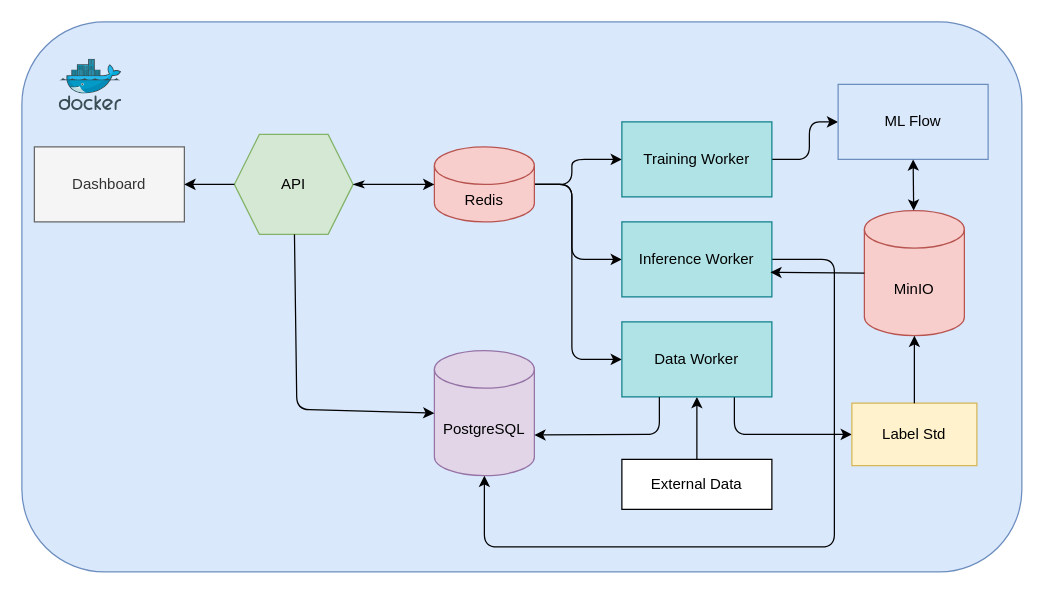
This is diagrams/mini.drawio from kkshaolin/Seafood, a draw.io file, before an edit. Source tidied: cells renumbered, new cells numbered last; positions are measured from the earlier drawing's top-left corner, leaving out a move shared by most shapes. Both pictures are drawn from the tidied source at 125%, with x=0, y=0 at pixel (21, 21).
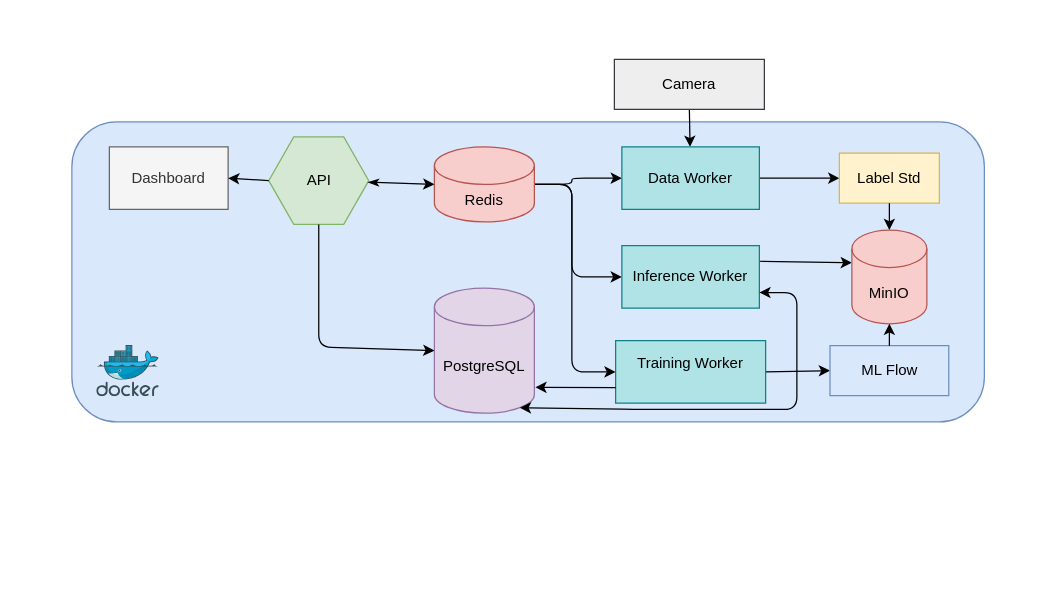
Above is the later version.

Unchanged cells that the change refers to:
```xml
<mxCell id="8" value="Redis" style="shape=cylinder3;whiteSpace=wrap;html=1;boundedLbl=1;backgroundOutline=1;size=15;fillColor=#f8cecc;strokeColor=#b85450;" parent="1" vertex="1">
  <mxGeometry x="330" y="100" width="80" height="60" as="geometry" />
</mxCell>
```

What changed in the source:
```diff
@@
     <mxCell id="2" style="rounded=1;whiteSpace=wrap;html=1;fillColor=#dae8fc;strokeColor=#6c8ebf;" parent="1" vertex="1">
-      <mxGeometry width="800" height="440" as="geometry" />
+      <mxGeometry x="40" y="80" width="730" height="240" as="geometry" />
     </mxCell>
     <mxCell id="3" value="Dashboard" style="rounded=0;whiteSpace=wrap;html=1;fillColor=#f5f5f5;fontColor=#333333;strokeColor=#666666;" parent="1" vertex="1">
-      <mxGeometry x="10" y="100" width="120" height="60" as="geometry" />
+      <mxGeometry x="70" y="100" width="95" height="50" as="geometry" />
     </mxCell>
     <mxCell id="4" value="API" style="shape=hexagon;perimeter=hexagonPerimeter2;whiteSpace=wrap;html=1;fixedSize=1;fillColor=#d5e8d4;strokeColor=#82b366;" parent="1" vertex="1">
-      <mxGeometry x="170" y="90" width="95" height="80" as="geometry" />
+      <mxGeometry x="197.5" y="92" width="80" height="70" as="geometry" />
     </mxCell>
     <mxCell id="5" style="edgeStyle=none;html=1;entryX=0;entryY=0.5;entryDx=0;entryDy=0;" parent="1" edge="1" source="8" target="14">
       <mxGeometry relative="1" as="geometry">
         <Array as="points">
           <mxPoint x="440" y="130" />
-          <mxPoint x="440" y="110" />
+          <mxPoint x="440" y="125" />
         </Array>
       </mxGeometry>
     </mxCell>
     <mxCell id="6" style="edgeStyle=none;html=1;entryX=0;entryY=0.5;entryDx=0;entryDy=0;" parent="1" edge="1" source="8" target="18">
       <mxGeometry relative="1" as="geometry">
         <Array as="points">
           <mxPoint x="440" y="130" />
-          <mxPoint x="440" y="190" />
+          <mxPoint x="440" y="204" />
         </Array>
       </mxGeometry>
     </mxCell>
     <mxCell id="7" style="edgeStyle=none;html=1;exitX=1;exitY=0.5;exitDx=0;exitDy=0;exitPerimeter=0;entryX=0;entryY=0.5;entryDx=0;entryDy=0;" parent="1" edge="1" source="8" target="16">
       <mxGeometry relative="1" as="geometry">
         <Array as="points">
           <mxPoint x="440" y="130" />
-          <mxPoint x="440" y="270" />
+          <mxPoint x="440" y="280" />
         </Array>
       </mxGeometry>
     </mxCell>
@@
-    <mxCell id="9" style="edgeStyle=none;html=1;entryX=0.5;entryY=1;entryDx=0;entryDy=0;exitX=0.5;exitY=0;exitDx=0;exitDy=0;" parent="1" edge="1" source="10" target="16">
-      <mxGeometry relative="1" as="geometry" />
-    </mxCell>
+    <mxCell id="29" style="edgeStyle=none;html=1;exitX=0.5;exitY=1;exitDx=0;exitDy=0;" parent="1" edge="1" source="10" target="14">
+      <mxGeometry relative="1" as="geometry" />
+    </mxCell>
-    <mxCell id="10" value="External Data" style="rounded=0;whiteSpace=wrap;html=1;" parent="1" vertex="1">
-      <mxGeometry x="480" y="350" width="120" height="40" as="geometry" />
+    <mxCell id="10" value="Camera" style="rounded=0;whiteSpace=wrap;html=1;fillColor=#eeeeee;strokeColor=#36393d;" parent="1" vertex="1">
+      <mxGeometry x="474" y="30" width="120" height="40" as="geometry" />
     </mxCell>
     <mxCell id="11" value="PostgreSQL" style="shape=cylinder3;whiteSpace=wrap;html=1;boundedLbl=1;backgroundOutline=1;size=15;fillColor=#e1d5e7;strokeColor=#9673a6;" parent="1" vertex="1">
-      <mxGeometry x="330" y="263" width="80" height="100" as="geometry" />
+      <mxGeometry x="330" y="213" width="80" height="100" as="geometry" />
     </mxCell>
+    <mxCell id="27" style="edgeStyle=none;html=1;entryX=1;entryY=0.25;entryDx=0;entryDy=0;exitX=0;exitY=0;exitDx=0;exitDy=26.25;exitPerimeter=0;startArrow=classic;startFill=1;endArrow=none;endFill=0;" parent="1" edge="1" source="12" target="18">
+      <mxGeometry relative="1" as="geometry" />
+    </mxCell>
     <mxCell id="12" value="MinIO" style="shape=cylinder3;whiteSpace=wrap;html=1;boundedLbl=1;backgroundOutline=1;size=15;fillColor=#f8cecc;strokeColor=#b85450;" parent="1" vertex="1">
-      <mxGeometry x="674" y="151" width="80" height="100" as="geometry" />
+      <mxGeometry x="664" y="166.5" width="60" height="75" as="geometry" />
     </mxCell>
-    <mxCell id="13" style="edgeStyle=none;html=1;entryX=0;entryY=0.5;entryDx=0;entryDy=0;" parent="1" edge="1" source="14" target="21">
-      <mxGeometry relative="1" as="geometry">
-        <Array as="points">
-          <mxPoint x="630" y="110" />
-          <mxPoint x="630" y="80" />
-        </Array>
-      </mxGeometry>
-    </mxCell>
+    <mxCell id="30" style="edgeStyle=none;html=1;exitX=1;exitY=0.5;exitDx=0;exitDy=0;entryX=0;entryY=0.5;entryDx=0;entryDy=0;" parent="1" edge="1" source="14" target="22">
+      <mxGeometry relative="1" as="geometry" />
+    </mxCell>
-    <mxCell id="14" value="&lt;span style=&quot;color: rgb(0, 0, 0); font-family: Helvetica; font-size: 12px; font-style: normal; font-variant-ligatures: normal; font-variant-caps: normal; font-weight: 400; letter-spacing: normal; orphans: 2; text-align: center; text-indent: 0px; text-transform: none; widows: 2; word-spacing: 0px; -webkit-text-stroke-width: 0px; white-space: normal; text-decoration-thickness: initial; text-decoration-style: initial; text-decoration-color: initial; float: none; display: inline !important;&quot;&gt;Training Worker&lt;/span&gt;" style="rounded=0;whiteSpace=wrap;html=1;fillColor=#b0e3e6;strokeColor=#0e8088;gradientColor=none;" parent="1" vertex="1">
-      <mxGeometry x="480" y="80" width="120" height="60" as="geometry" />
+    <mxCell id="14" value="&lt;div&gt;&lt;span style=&quot;color: rgb(0, 0, 0); font-family: Helvetica; font-size: 12px; font-style: normal; font-variant-ligatures: normal; font-variant-caps: normal; font-weight: 400; letter-spacing: normal; orphans: 2; text-align: center; text-indent: 0px; text-transform: none; widows: 2; word-spacing: 0px; -webkit-text-stroke-width: 0px; white-space: normal; text-decoration-thickness: initial; text-decoration-style: initial; text-decoration-color: initial; float: none; display: inline !important;&quot;&gt;&lt;span style=&quot;color: rgb(0, 0, 0);&quot;&gt;Data Worker&lt;/span&gt;&lt;/span&gt;&lt;/div&gt;" style="rounded=0;whiteSpace=wrap;html=1;fillColor=#b0e3e6;strokeColor=#0e8088;gradientColor=none;" parent="1" vertex="1">
+      <mxGeometry x="480" y="100" width="110" height="50" as="geometry" />
     </mxCell>
-    <mxCell id="15" style="edgeStyle=none;html=1;entryX=0;entryY=0.5;entryDx=0;entryDy=0;exitX=0.75;exitY=1;exitDx=0;exitDy=0;" parent="1" edge="1" source="16" target="22">
-      <mxGeometry relative="1" as="geometry">
-        <Array as="points">
-          <mxPoint x="570" y="330" />
-        </Array>
-      </mxGeometry>
-    </mxCell>
+    <mxCell id="31" style="edgeStyle=none;html=1;exitX=1;exitY=0.5;exitDx=0;exitDy=0;entryX=0;entryY=0.5;entryDx=0;entryDy=0;" parent="1" edge="1" source="16" target="21">
+      <mxGeometry relative="1" as="geometry" />
+    </mxCell>
-    <mxCell id="16" value="&lt;span style=&quot;color: rgb(0, 0, 0);&quot;&gt;Data Worker&lt;/span&gt;" style="rounded=0;whiteSpace=wrap;html=1;fillColor=#b0e3e6;strokeColor=#0e8088;" parent="1" vertex="1">
-      <mxGeometry x="480" y="240" width="120" height="60" as="geometry" />
+    <mxCell id="16" value="&lt;span style=&quot;scrollbar-color: rgba(168, 169, 170, 0.52) rgb(18, 19, 20); float: none; display: inline !important; color: rgb(0, 0, 0);&quot;&gt;Training Worker&lt;/span&gt;&lt;div&gt;&lt;span style=&quot;scrollbar-color: rgba(168, 169, 170, 0.52) rgb(18, 19, 20); float: none; display: inline !important; color: rgb(0, 0, 0);&quot;&gt;&lt;br&gt;&lt;/span&gt;&lt;/div&gt;" style="rounded=0;whiteSpace=wrap;html=1;fillColor=#b0e3e6;strokeColor=#0e8088;" parent="1" vertex="1">
+      <mxGeometry x="475" y="255" width="120" height="50" as="geometry" />
     </mxCell>
-    <mxCell id="17" style="edgeStyle=none;html=1;entryX=0.5;entryY=1;entryDx=0;entryDy=0;entryPerimeter=0;" parent="1" edge="1" source="18" target="11">
-      <mxGeometry relative="1" as="geometry">
-        <Array as="points">
-          <mxPoint x="650" y="190" />
-          <mxPoint x="650" y="300" />
-          <mxPoint x="650" y="420" />
-          <mxPoint x="370" y="420" />
-        </Array>
-      </mxGeometry>
-    </mxCell>
     <mxCell id="18" value="Inference Worker" style="rounded=0;whiteSpace=wrap;html=1;fillColor=#b0e3e6;strokeColor=#0e8088;" parent="1" vertex="1">
-      <mxGeometry x="480" y="160" width="120" height="60" as="geometry" />
+      <mxGeometry x="480" y="179" width="110" height="50" as="geometry" />
     </mxCell>
@@
     <mxCell id="20" style="edgeStyle=none;html=1;entryX=0;entryY=0.5;entryDx=0;entryDy=0;entryPerimeter=0;startArrow=none;startFill=0;" parent="1" edge="1" source="4" target="11">
       <mxGeometry relative="1" as="geometry">
         <Array as="points">
-          <mxPoint x="220" y="310" />
+          <mxPoint x="237.5" y="260" />
         </Array>
       </mxGeometry>
     </mxCell>
     <mxCell id="21" value="ML Flow" style="rounded=0;whiteSpace=wrap;html=1;fillColor=#dae8fc;strokeColor=#6c8ebf;" parent="1" vertex="1">
-      <mxGeometry x="653" y="50" width="120" height="60" as="geometry" />
+      <mxGeometry x="646.5" y="259" width="95" height="40" as="geometry" />
     </mxCell>
     <mxCell id="22" value="Label Std" style="rounded=0;whiteSpace=wrap;html=1;fillColor=#fff2cc;strokeColor=#d6b656;" parent="1" vertex="1">
-      <mxGeometry x="664" y="305" width="100" height="50" as="geometry" />
+      <mxGeometry x="654" y="105" width="80" height="40" as="geometry" />
     </mxCell>
@@
     <mxCell id="24" style="image;sketch=0;html=1;align=center;fontSize=12;image=img/lib/mscae/Docker.svg;" parent="1" vertex="1">
-      <mxGeometry x="30" y="30" width="50" height="41" as="geometry" />
+      <mxGeometry x="60" y="259" width="50" height="41" as="geometry" />
     </mxCell>
+    <mxCell id="26" style="edgeStyle=none;html=1;exitX=0;exitY=0.75;exitDx=0;exitDy=0;entryX=1.01;entryY=0.794;entryDx=0;entryDy=0;entryPerimeter=0;" parent="1" edge="1" source="16" target="11">
+      <mxGeometry relative="1" as="geometry" />
+    </mxCell>
+    <mxCell id="28" style="edgeStyle=none;html=1;entryX=0.5;entryY=0;entryDx=0;entryDy=0;entryPerimeter=0;" parent="1" edge="1" source="22" target="12">
+      <mxGeometry relative="1" as="geometry" />
+    </mxCell>
+    <mxCell id="17" style="edgeStyle=none;html=1;exitX=1;exitY=0.75;exitDx=0;exitDy=0;startArrow=classic;startFill=1;entryX=0.855;entryY=1;entryDx=0;entryDy=-4.35;entryPerimeter=0;" parent="1" edge="1" source="18" target="11">
+      <mxGeometry relative="1" as="geometry">
+        <Array as="points">
+          <mxPoint x="620" y="216.5" />
+          <mxPoint x="620" y="310" />
+          <mxPoint x="490" y="310" />
+        </Array>
+      </mxGeometry>
+    </mxCell>
-    <mxCell id="25" style="edgeStyle=none;html=1;startArrow=classic;startFill=1;exitX=0.5;exitY=1;exitDx=0;exitDy=0;" parent="1" edge="1" source="21" target="12">
+    <mxCell id="25" style="edgeStyle=none;html=1;exitX=0.5;exitY=0;exitDx=0;exitDy=0;entryX=0.5;entryY=1;entryDx=0;entryDy=0;entryPerimeter=0;" parent="1" edge="1" source="21" target="12">
       <mxGeometry relative="1" as="geometry" />
     </mxCell>
-    <mxCell id="26" style="edgeStyle=none;html=1;exitX=0.25;exitY=1;exitDx=0;exitDy=0;entryX=1;entryY=0;entryDx=0;entryDy=67.5;entryPerimeter=0;" parent="1" edge="1" source="16" target="11">
-      <mxGeometry relative="1" as="geometry">
-        <Array as="points">
-          <mxPoint x="510" y="330" />
-        </Array>
-      </mxGeometry>
-    </mxCell>
-    <mxCell id="27" style="edgeStyle=none;html=1;exitX=0;exitY=0.5;exitDx=0;exitDy=0;exitPerimeter=0;entryX=0.99;entryY=0.673;entryDx=0;entryDy=0;entryPerimeter=0;" parent="1" edge="1" source="12" target="18">
-      <mxGeometry relative="1" as="geometry" />
-    </mxCell>
-    <mxCell id="28" style="edgeStyle=none;html=1;exitX=0.5;exitY=0;exitDx=0;exitDy=0;entryX=0.5;entryY=1;entryDx=0;entryDy=0;entryPerimeter=0;" parent="1" edge="1" source="22" target="12">
-      <mxGeometry relative="1" as="geometry" />
-    </mxCell>
```
